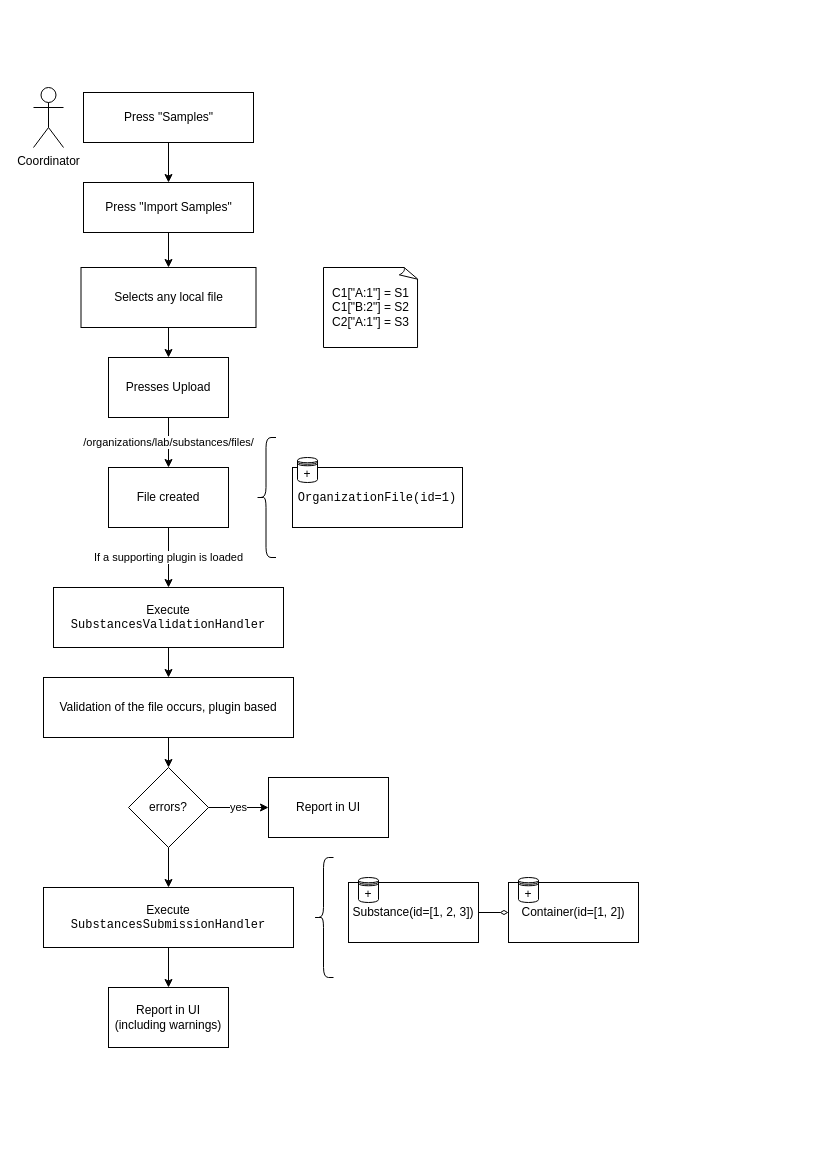
The draw.io diagram page "2.1: Import samples" (2 of 17) of diagrams/2_webui.drawio in commonlims/commonlims-design, before the edit. Source tidied: cells renumbered, new cells numbered last; positions are measured from the earlier drawing's top-left corner, leaving out a move shared by most shapes. Both pictures are drawn from the tidied source at 100%, with x=0, y=0 at pixel (33, 87).
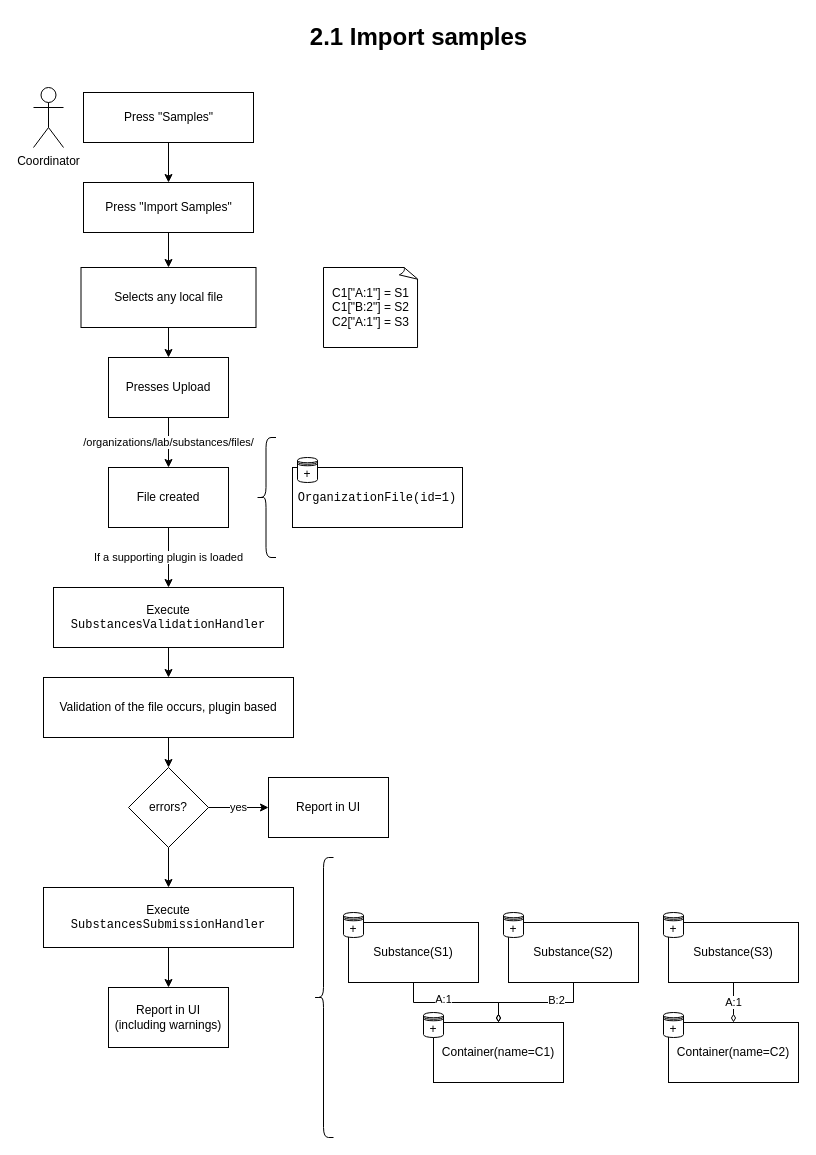
The same diagram, later.

What changed in the source:
```diff
@@
     <mxCell id="26" style="shape=curlyBracket;whiteSpace=wrap;html=1;rounded=1;" parent="1" vertex="1">
-      <mxGeometry x="280" y="770" width="20" height="120" as="geometry" />
+      <mxGeometry x="280" y="770" width="20" height="280" as="geometry" />
     </mxCell>
@@
-    <mxCell id="28" value="Substance(id=[1, 2, 3])" style="rounded=0;whiteSpace=wrap;html=1;fontSize=12;" parent="1" vertex="1">
-      <mxGeometry x="315" y="795" width="130" height="60" as="geometry" />
-    </mxCell>
-    <mxCell id="29" style="edgeStyle=orthogonalEdgeStyle;rounded=0;jettySize=auto;html=1;startArrow=diamondThin;startFill=0;endArrow=none;endFill=0;fontSize=12;" parent="1" edge="1" source="30" target="28">
-      <mxGeometry relative="1" as="geometry" />
+    <mxCell id="29" style="edgeStyle=orthogonalEdgeStyle;rounded=0;orthogonalLoop=1;jettySize=auto;html=1;startArrow=diamondThin;startFill=0;endArrow=none;endFill=0;fontSize=12;" parent="1" edge="1">
+      <mxGeometry relative="1" as="geometry">
+        <mxPoint x="511.5" y="785" as="sourcePoint" />
+      </mxGeometry>
     </mxCell>
-    <mxCell id="30" value="Container(id=[1, 2])" style="rounded=0;whiteSpace=wrap;html=1;fontSize=12;" parent="1" vertex="1">
-      <mxGeometry x="475" y="795" width="130" height="60" as="geometry" />
-    </mxCell>
-    <mxCell id="31" value="+" style="shape=datastore;whiteSpace=wrap;html=1;fontSize=12;" parent="1" vertex="1">
-      <mxGeometry x="325" y="790" width="20" height="25" as="geometry" />
-    </mxCell>
-    <mxCell id="32" value="+" style="shape=datastore;whiteSpace=wrap;html=1;fontSize=12;" parent="1" vertex="1">
-      <mxGeometry x="485" y="790" width="20" height="25" as="geometry" />
-    </mxCell>
@@
+    <mxCell id="34" value="Substance(S1)" style="rounded=0;whiteSpace=wrap;html=1;fontSize=12;" parent="1" vertex="1">
+      <mxGeometry x="315" y="835" width="130" height="60" as="geometry" />
+    </mxCell>
+    <mxCell id="35" style="edgeStyle=orthogonalEdgeStyle;rounded=0;jettySize=auto;html=1;startArrow=diamondThin;startFill=0;endArrow=none;endFill=0;fontSize=12;" parent="1" edge="1" source="39" target="34">
+      <mxGeometry relative="1" as="geometry" />
+    </mxCell>
+    <mxCell id="36" value="A:1" style="edgeLabel;html=1;align=center;verticalAlign=middle;" parent="35" vertex="1">
+      <mxGeometry x="0.22" y="-4" relative="1" as="geometry" />
+    </mxCell>
+    <mxCell id="37" style="edgeStyle=orthogonalEdgeStyle;rounded=0;jettySize=auto;html=1;startArrow=diamondThin;startFill=0;endArrow=none;endFill=0;" parent="1" edge="1" source="39" target="40">
+      <mxGeometry relative="1" as="geometry" />
+    </mxCell>
+    <mxCell id="38" value="B:2" style="edgeLabel;html=1;align=center;verticalAlign=middle;" parent="37" vertex="1">
+      <mxGeometry x="0.34" y="3" relative="1" as="geometry" />
+    </mxCell>
+    <mxCell id="39" value="Container(name=C1)" style="rounded=0;whiteSpace=wrap;html=1;fontSize=12;" parent="1" vertex="1">
+      <mxGeometry x="400" y="935" width="130" height="60" as="geometry" />
+    </mxCell>
+    <mxCell id="40" value="Substance(S2)" style="rounded=0;whiteSpace=wrap;html=1;fontSize=12;" parent="1" vertex="1">
+      <mxGeometry x="475" y="835" width="130" height="60" as="geometry" />
+    </mxCell>
+    <mxCell id="41" value="A:1" style="edgeStyle=orthogonalEdgeStyle;rounded=0;jettySize=auto;html=1;startArrow=diamondThin;startFill=0;endArrow=none;endFill=0;" parent="1" edge="1" source="42" target="43">
+      <mxGeometry relative="1" as="geometry" />
+    </mxCell>
+    <mxCell id="42" value="Container(name=C2)" style="rounded=0;whiteSpace=wrap;html=1;fontSize=12;" parent="1" vertex="1">
+      <mxGeometry x="635" y="935" width="130" height="60" as="geometry" />
+    </mxCell>
+    <mxCell id="43" value="Substance(S3)" style="rounded=0;whiteSpace=wrap;html=1;fontSize=12;" parent="1" vertex="1">
+      <mxGeometry x="635" y="835" width="130" height="60" as="geometry" />
+    </mxCell>
+    <mxCell id="44" value="+" style="shape=datastore;whiteSpace=wrap;html=1;fontSize=12;" parent="1" vertex="1">
+      <mxGeometry x="630" y="825" width="20" height="25" as="geometry" />
+    </mxCell>
+    <mxCell id="45" value="+" style="shape=datastore;whiteSpace=wrap;html=1;fontSize=12;" parent="1" vertex="1">
+      <mxGeometry x="630" y="925" width="20" height="25" as="geometry" />
+    </mxCell>
+    <mxCell id="46" value="+" style="shape=datastore;whiteSpace=wrap;html=1;fontSize=12;" parent="1" vertex="1">
+      <mxGeometry x="470" y="825" width="20" height="25" as="geometry" />
+    </mxCell>
+    <mxCell id="47" value="+" style="shape=datastore;whiteSpace=wrap;html=1;fontSize=12;" parent="1" vertex="1">
+      <mxGeometry x="310" y="825" width="20" height="25" as="geometry" />
+    </mxCell>
+    <mxCell id="48" value="+" style="shape=datastore;whiteSpace=wrap;html=1;fontSize=12;" parent="1" vertex="1">
+      <mxGeometry x="390" y="925" width="20" height="25" as="geometry" />
+    </mxCell>
+    <mxCell id="49" value="2.1 Import samples" style="text;strokeColor=none;fillColor=none;html=1;fontSize=24;fontStyle=1;verticalAlign=middle;align=center;" parent="1" vertex="1">
+      <mxGeometry x="5" y="-70" width="760" height="40" as="geometry" />
+    </mxCell>
```
